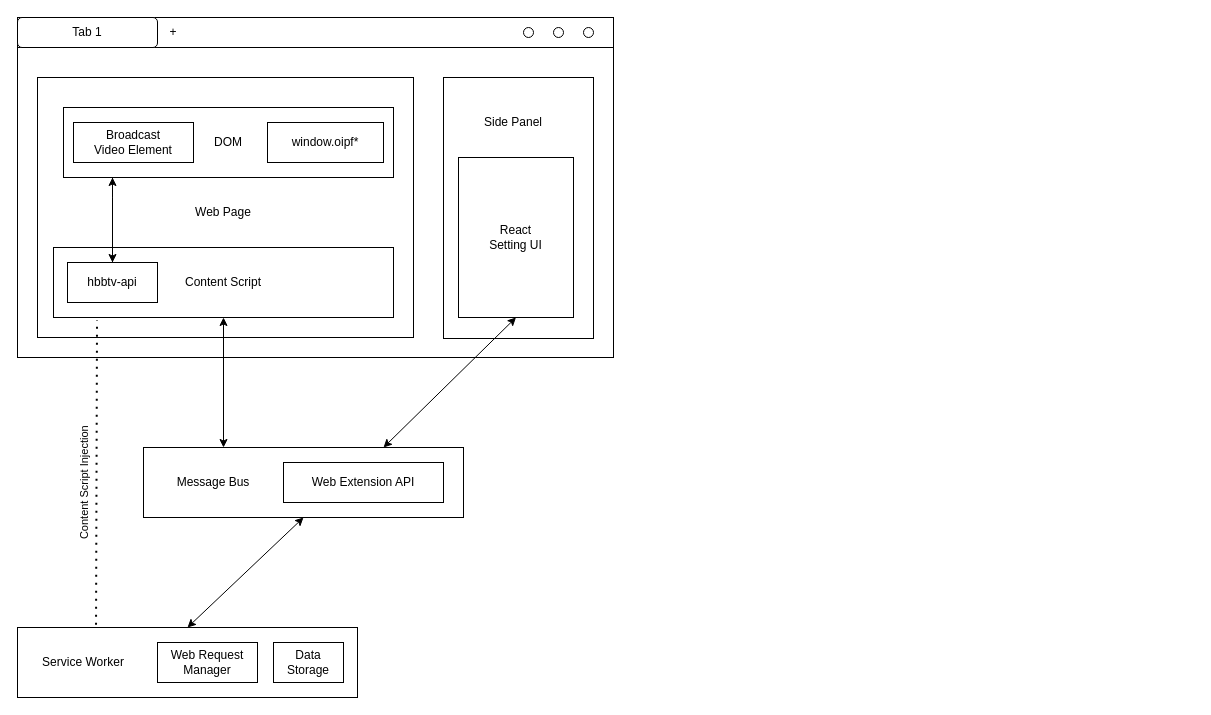
Earlier version of the draw.io diagram schema.drawio (vflorio/hbbtv-emu). Source tidied: cells renumbered, new cells numbered last; positions are measured from the earlier drawing's top-left corner, leaving out a move shared by most shapes. Both pictures are drawn from the tidied source at 100%, with x=0, y=0 at pixel (17, 17).
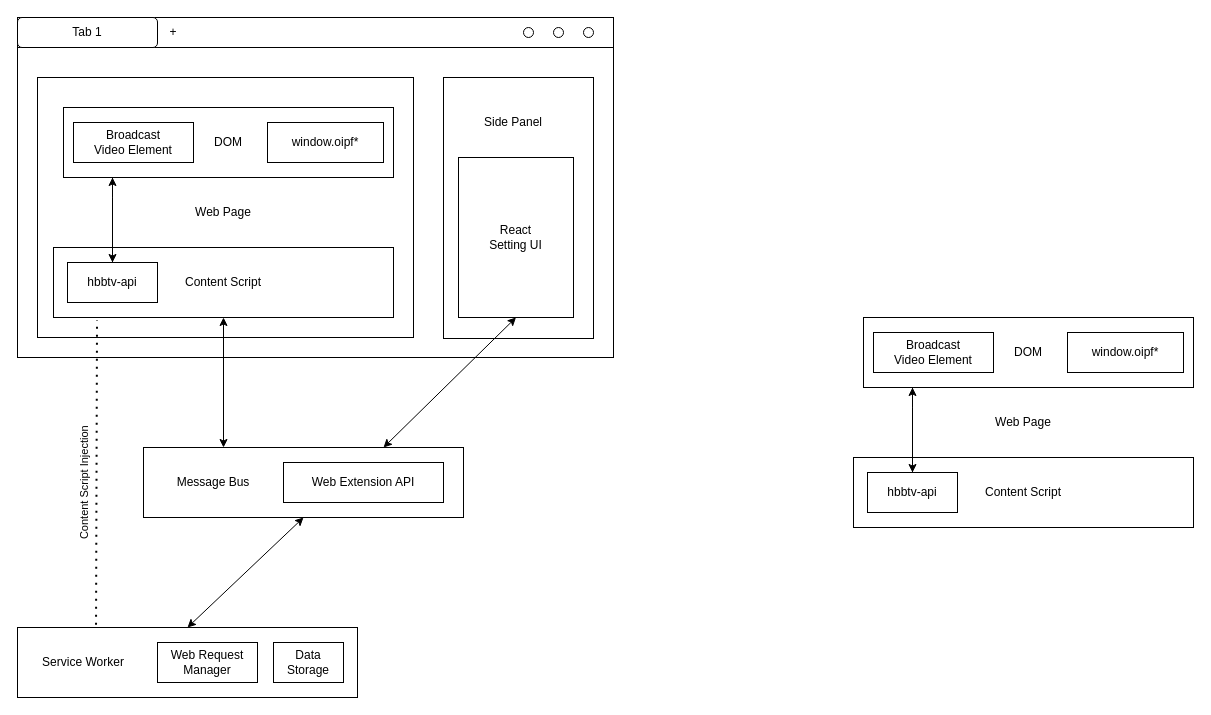
The same diagram, later.

The edit, as a diff of the source:
```diff
@@
+    <mxCell id="33" value="Content Script" style="rounded=0;whiteSpace=wrap;html=1;" parent="1" vertex="1">
+      <mxGeometry x="836" y="440" width="340" height="70" as="geometry" />
+    </mxCell>
+    <mxCell id="34" style="edgeStyle=orthogonalEdgeStyle;rounded=0;jettySize=auto;html=1;entryX=0.5;entryY=0;entryDx=0;entryDy=0;" parent="1" edge="1" source="35" target="38">
+      <mxGeometry relative="1" as="geometry">
+        <Array as="points">
+          <mxPoint x="895" y="390" />
+          <mxPoint x="895" y="390" />
+        </Array>
+      </mxGeometry>
+    </mxCell>
+    <mxCell id="35" value="DOM" style="rounded=0;whiteSpace=wrap;html=1;" parent="1" vertex="1">
+      <mxGeometry x="846" y="300" width="330" height="70" as="geometry" />
+    </mxCell>
+    <mxCell id="36" value="Web Page" style="text;html=1;whiteSpace=wrap;strokeColor=none;fillColor=none;align=center;verticalAlign=middle;rounded=0;" parent="1" vertex="1">
+      <mxGeometry x="966" y="389.5" width="80" height="30" as="geometry" />
+    </mxCell>
+    <mxCell id="37" style="edgeStyle=orthogonalEdgeStyle;rounded=0;jettySize=auto;html=1;" parent="1" edge="1" source="38" target="35">
+      <mxGeometry relative="1" as="geometry">
+        <Array as="points">
+          <mxPoint x="895" y="390" />
+          <mxPoint x="895" y="390" />
+        </Array>
+      </mxGeometry>
+    </mxCell>
+    <mxCell id="38" value="hbbtv-api" style="rounded=0;whiteSpace=wrap;html=1;" parent="1" vertex="1">
+      <mxGeometry x="850" y="455" width="90" height="40" as="geometry" />
+    </mxCell>
+    <mxCell id="39" value="Broadcast&lt;div&gt;Video Element&lt;/div&gt;" style="rounded=0;whiteSpace=wrap;html=1;" parent="1" vertex="1">
+      <mxGeometry x="856" y="315" width="120" height="40" as="geometry" />
+    </mxCell>
+    <mxCell id="40" value="window.oipf*" style="rounded=0;whiteSpace=wrap;html=1;" parent="1" vertex="1">
+      <mxGeometry x="1050" y="315" width="116" height="40" as="geometry" />
+    </mxCell>
```
